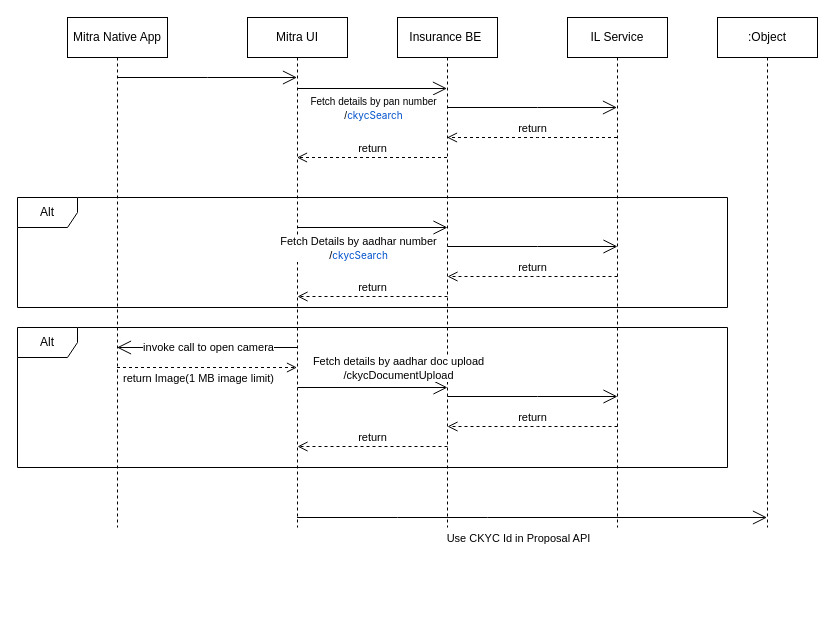
ashwiniadlakha/draw_io keeps this draw.io diagram as 2W.drawio. Above is the earlier version. Source tidied: cells renumbered, new cells numbered last; positions are measured from the earlier drawing's top-left corner, leaving out a move shared by most shapes. Both pictures are drawn from the tidied source at 100%, with x=0, y=0 at pixel (17, 17).
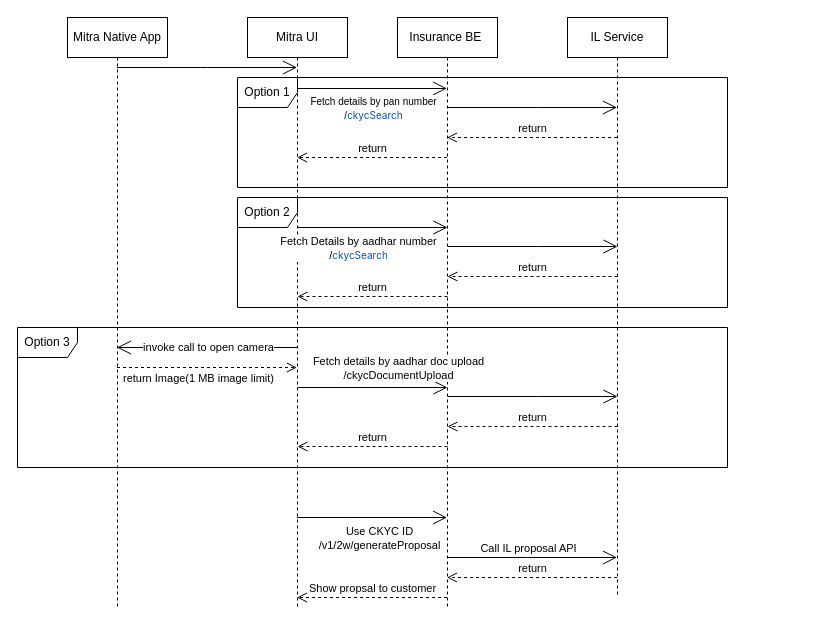
The same diagram, later.

Change to the diagram source:
```diff
@@
     <mxCell id="2" value="Mitra Native App" style="shape=umlLifeline;perimeter=lifelinePerimeter;whiteSpace=wrap;html=1;outlineConnect=0;portConstraint=eastwest;newEdgeStyle={&quot;edgeStyle&quot;:&quot;elbowEdgeStyle&quot;,&quot;elbow&quot;:&quot;vertical&quot;,&quot;curved&quot;:0,&quot;rounded&quot;:0};" parent="1" vertex="1">
-      <mxGeometry x="50" width="100" height="510" as="geometry" />
+      <mxGeometry x="50" width="100" height="590" as="geometry" />
     </mxCell>
     <mxCell id="3" value="Mitra UI" style="shape=umlLifeline;perimeter=lifelinePerimeter;whiteSpace=wrap;html=1;outlineConnect=0;portConstraint=eastwest;newEdgeStyle={&quot;edgeStyle&quot;:&quot;elbowEdgeStyle&quot;,&quot;elbow&quot;:&quot;vertical&quot;,&quot;curved&quot;:0,&quot;rounded&quot;:0};" parent="1" vertex="1">
-      <mxGeometry x="230" width="100" height="510" as="geometry" />
+      <mxGeometry x="230" width="100" height="590" as="geometry" />
     </mxCell>
     <mxCell id="4" value="Insurance BE&amp;nbsp;" style="shape=umlLifeline;perimeter=lifelinePerimeter;whiteSpace=wrap;html=1;outlineConnect=0;portConstraint=eastwest;newEdgeStyle={&quot;edgeStyle&quot;:&quot;elbowEdgeStyle&quot;,&quot;elbow&quot;:&quot;vertical&quot;,&quot;curved&quot;:0,&quot;rounded&quot;:0};" parent="1" vertex="1">
-      <mxGeometry x="380" width="100" height="510" as="geometry" />
+      <mxGeometry x="380" width="100" height="590" as="geometry" />
     </mxCell>
     <mxCell id="5" value="IL Service" style="shape=umlLifeline;perimeter=lifelinePerimeter;whiteSpace=wrap;html=1;outlineConnect=0;portConstraint=eastwest;newEdgeStyle={&quot;edgeStyle&quot;:&quot;elbowEdgeStyle&quot;,&quot;elbow&quot;:&quot;vertical&quot;,&quot;curved&quot;:0,&quot;rounded&quot;:0};" parent="1" vertex="1">
-      <mxGeometry x="550" width="100" height="510" as="geometry" />
+      <mxGeometry x="550" width="100" height="580" as="geometry" />
     </mxCell>
@@
     <mxCell id="8" style="endArrow=open;endFill=1;endSize=12;html=1;rounded=0;" parent="1" edge="1" source="2" target="3">
       <mxGeometry relative="1" as="geometry">
         <Array as="points">
-          <mxPoint x="190" y="60" />
+          <mxPoint x="190" y="50" />
         </Array>
       </mxGeometry>
     </mxCell>
@@
-    <mxCell id="12" value="Alt" style="shape=umlFrame;whiteSpace=wrap;html=1;" parent="1" vertex="1">
-      <mxGeometry y="180" width="710" height="110" as="geometry" />
+    <mxCell id="12" value="Option 2" style="shape=umlFrame;whiteSpace=wrap;html=1;" parent="1" vertex="1">
+      <mxGeometry x="220" y="180" width="490" height="110" as="geometry" />
     </mxCell>
@@
-    <mxCell id="18" value="Alt" style="shape=umlFrame;whiteSpace=wrap;html=1;" parent="1" vertex="1">
+    <mxCell id="18" value="Option 3" style="shape=umlFrame;whiteSpace=wrap;html=1;" parent="1" vertex="1">
       <mxGeometry y="310" width="710" height="140" as="geometry" />
     </mxCell>
@@
-    <mxCell id="27" value=":Object" style="shape=umlLifeline;perimeter=lifelinePerimeter;whiteSpace=wrap;html=1;outlineConnect=0;portConstraint=eastwest;newEdgeStyle={&quot;edgeStyle&quot;:&quot;elbowEdgeStyle&quot;,&quot;elbow&quot;:&quot;vertical&quot;,&quot;curved&quot;:0,&quot;rounded&quot;:0};" parent="1" vertex="1">
-      <mxGeometry x="700" width="100" height="510" as="geometry" />
-    </mxCell>
-    <mxCell id="28" style="endArrow=open;endFill=1;endSize=12;html=1;rounded=0;" parent="1" edge="1" source="3" target="27">
+    <mxCell id="28" style="endArrow=open;endFill=1;endSize=12;html=1;rounded=0;" parent="1" edge="1" source="3" target="4">
       <mxGeometry relative="1" as="geometry">
         <Array as="points">
-          <mxPoint x="380" y="500" />
-          <mxPoint x="470" y="500" />
+          <mxPoint x="330" y="500" />
+          <mxPoint x="400" y="500" />
         </Array>
       </mxGeometry>
     </mxCell>
-    <mxCell id="29" value="Use CKYC Id in Proposal API" style="edgeLabel;html=1;align=center;verticalAlign=middle;" parent="28" vertex="1">
+    <mxCell id="29" value="Use CKYC ID&lt;br&gt;/v1/2w/generateProposal" style="edgeLabel;html=1;align=center;verticalAlign=middle;" parent="28" vertex="1">
       <mxGeometry x="-0.13" y="2" relative="1" as="geometry">
         <mxPoint x="17" y="22" as="offset" />
       </mxGeometry>
     </mxCell>
+    <mxCell id="30" value="Option 1" style="shape=umlFrame;whiteSpace=wrap;html=1;" parent="1" vertex="1">
+      <mxGeometry x="220" y="60" width="490" height="110" as="geometry" />
+    </mxCell>
+    <mxCell id="31" style="endArrow=open;endFill=1;endSize=12;html=1;rounded=0;" parent="1" edge="1" source="4" target="5">
+      <mxGeometry relative="1" as="geometry">
+        <Array as="points">
+          <mxPoint x="510" y="540" />
+        </Array>
+      </mxGeometry>
+    </mxCell>
+    <mxCell id="32" value="Call IL proposal API" style="edgeLabel;html=1;align=center;verticalAlign=middle;" parent="31" vertex="1">
+      <mxGeometry x="-0.32" y="2" relative="1" as="geometry">
+        <mxPoint x="23" y="-8" as="offset" />
+      </mxGeometry>
+    </mxCell>
+    <mxCell id="33" value="return" style="html=1;verticalAlign=bottom;endArrow=open;dashed=1;endSize=8;edgeStyle=elbowEdgeStyle;elbow=vertical;curved=0;rounded=0;" parent="1" edge="1" source="5" target="4">
+      <mxGeometry relative="1" as="geometry">
+        <Array as="points">
+          <mxPoint x="500" y="560" />
+          <mxPoint x="450" y="580" />
+        </Array>
+      </mxGeometry>
+    </mxCell>
+    <mxCell id="34" value="Show propsal to customer" style="html=1;verticalAlign=bottom;endArrow=open;dashed=1;endSize=8;edgeStyle=elbowEdgeStyle;elbow=vertical;curved=0;rounded=0;" parent="1" edge="1" source="4" target="3">
+      <mxGeometry relative="1" as="geometry">
+        <Array as="points">
+          <mxPoint x="340" y="580" />
+        </Array>
+      </mxGeometry>
+    </mxCell>
```
